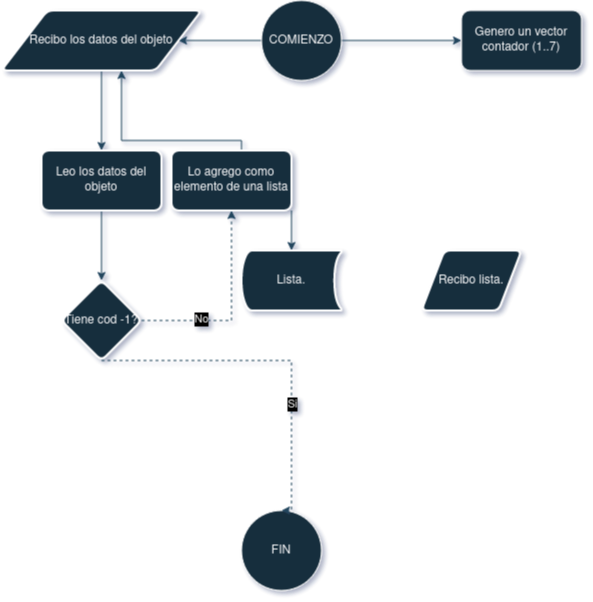
This is primero/CADP/diagrama.png from FrancoBanis/facultadInformatica-unlp, a draw.io export, as it was before one commit. Source tidied: cells renumbered, new cells last; positions are measured from the earlier drawing's top-left corner, leaving out a move shared by most shapes.
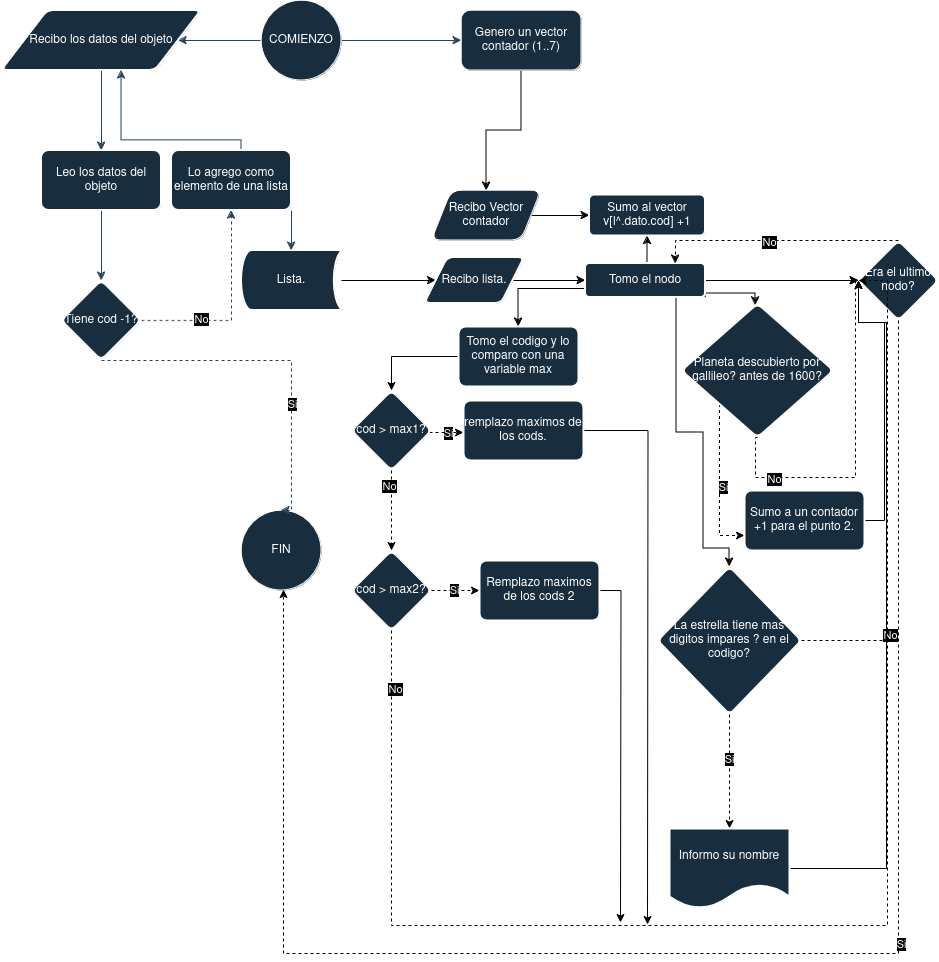
After the change.

What changed in the source:
```diff
@@ -1,4 +1,4 @@
-<mxGraphModel background="#FFFFFF" shadow="1">
+<mxGraphModel>
   <root>
     <mxCell id="0" />
     <mxCell id="1" parent="0" />
@@ -14,6 +14,9 @@
     <mxCell id="5" value="FIN" style="ellipse;whiteSpace=wrap;html=1;labelBackgroundColor=none;fillColor=#182E3E;strokeColor=#FFFFFF;fontColor=#FFFFFF;" parent="1" vertex="1">
       <mxGeometry x="240" y="510" width="80" height="80" as="geometry" />
     </mxCell>
+    <mxCell id="22" style="edgeStyle=orthogonalEdgeStyle;rounded=0;jettySize=auto;html=1;" parent="1" edge="1" source="6" target="28">
+      <mxGeometry relative="1" as="geometry" />
+    </mxCell>
     <mxCell id="6" value="Genero un vector contador (1..7)" style="rounded=1;whiteSpace=wrap;html=1;labelBackgroundColor=none;fillColor=#182E3E;strokeColor=#FFFFFF;fontColor=#FFFFFF;" parent="1" vertex="1">
       <mxGeometry x="460" y="10" width="120" height="60" as="geometry" />
     </mxCell>
@@ -43,36 +46,238 @@
     <mxCell id="13" style="edgeStyle=orthogonalEdgeStyle;rounded=0;jettySize=auto;html=1;strokeColor=#23445D;dashed=1;labelBackgroundColor=none;fontColor=default;" parent="1" edge="1" source="16" target="18">
       <mxGeometry relative="1" as="geometry" />
     </mxCell>
-    <mxCell id="14" style="edgeLabel;html=1;align=center;verticalAlign=middle;strokeColor=#FFFFFF;fontColor=#FFFFFF;fillColor=#182E3E;labelBackgroundColor=none;" parent="13" vertex="1">
-      <mxGeometry x="0.1" y="-2" relative="1" as="geometry" />
-    </mxCell>
+    <mxCell id="23" style="edgeLabel;html=1;align=center;verticalAlign=middle;strokeColor=#FFFFFF;fontColor=#FFFFFF;fillColor=#182E3E;labelBackgroundColor=none;" parent="13" vertex="1">
+      <mxGeometry x="0.1" y="-2" relative="1" as="geometry" />
+    </mxCell>
     <mxCell id="15" value="No" style="edgeLabel;html=1;align=center;verticalAlign=middle;strokeColor=#FFFFFF;fontColor=#FFFFFF;fillColor=#182E3E;labelBackgroundColor=#030303;" parent="13" vertex="1">
       <mxGeometry x="-0.41" y="2" relative="1" as="geometry" />
     </mxCell>
     <mxCell id="16" value="Tiene cod -1?" style="rhombus;whiteSpace=wrap;html=1;strokeWidth=2;rounded=1;arcSize=12;labelBackgroundColor=none;fillColor=#182E3E;strokeColor=#FFFFFF;fontColor=#FFFFFF;" parent="1" vertex="1">
       <mxGeometry x="60" y="280" width="80" height="80" as="geometry" />
     </mxCell>
-    <mxCell id="17" style="edgeStyle=orthogonalEdgeStyle;rounded=0;jettySize=auto;html=1;strokeColor=#23445D;labelBackgroundColor=none;fontColor=default;" parent="1" edge="1" source="18">
-      <mxGeometry relative="1" as="geometry">
-        <mxPoint x="120" y="70" as="targetPoint" />
-        <Array as="points">
-          <mxPoint x="240" y="140" />
-          <mxPoint x="120" y="140" />
-          <mxPoint x="120" y="70" />
-        </Array>
-      </mxGeometry>
-    </mxCell>
+    <mxCell id="24" style="edgeStyle=orthogonalEdgeStyle;rounded=0;jettySize=auto;html=1;strokeColor=#23445D;labelBackgroundColor=none;fontColor=default;" parent="1" edge="1" source="18">
+      <mxGeometry relative="1" as="geometry">
+        <mxPoint x="120" y="70" as="targetPoint" />
+        <Array as="points">
+          <mxPoint x="240" y="140" />
+          <mxPoint x="120" y="140" />
+          <mxPoint x="120" y="70" />
+        </Array>
+      </mxGeometry>
+    </mxCell>
     <mxCell id="18" value="Lo agrego como elemento de una lista" style="whiteSpace=wrap;html=1;fillColor=#182E3E;strokeColor=#FFFFFF;fontColor=#FFFFFF;strokeWidth=2;rounded=1;arcSize=12;labelBackgroundColor=none;" parent="1" vertex="1">
       <mxGeometry x="170" y="150" width="120" height="60" as="geometry" />
     </mxCell>
+    <mxCell id="25" style="edgeStyle=orthogonalEdgeStyle;rounded=0;jettySize=auto;html=1;" parent="1" edge="1" source="19" target="21">
+      <mxGeometry relative="1" as="geometry" />
+    </mxCell>
     <mxCell id="19" value="Lista." style="strokeWidth=2;html=1;shape=mxgraph.flowchart.stored_data;whiteSpace=wrap;strokeColor=#FFFFFF;fontColor=#FFFFFF;fillColor=#182E3E;" parent="1" vertex="1">
       <mxGeometry x="240" y="250" width="100" height="60" as="geometry" />
     </mxCell>
     <mxCell id="20" style="edgeStyle=orthogonalEdgeStyle;rounded=0;jettySize=auto;html=1;exitX=1;exitY=1;exitDx=0;exitDy=0;entryX=0.5;entryY=0;entryDx=0;entryDy=0;entryPerimeter=0;strokeColor=#23445D;" parent="1" edge="1" source="18" target="19">
       <mxGeometry relative="1" as="geometry" />
     </mxCell>
+    <mxCell id="26" style="edgeStyle=orthogonalEdgeStyle;rounded=0;jettySize=auto;html=1;" parent="1" edge="1" source="21" target="34">
+      <mxGeometry relative="1" as="geometry" />
+    </mxCell>
     <mxCell id="21" value="Recibo lista." style="shape=parallelogram;html=1;strokeWidth=2;perimeter=parallelogramPerimeter;whiteSpace=wrap;rounded=1;arcSize=12;size=0.23;strokeColor=#FFFFFF;fontColor=#FFFFFF;fillColor=#182E3E;" parent="1" vertex="1">
-      <mxGeometry x="420" y="250" width="100" height="60" as="geometry" />
+      <mxGeometry x="423" y="257" width="100" height="46" as="geometry" />
     </mxCell>
+    <mxCell id="27" style="edgeStyle=orthogonalEdgeStyle;rounded=0;jettySize=auto;html=1;exitX=1;exitY=0.5;exitDx=0;exitDy=0;entryX=0;entryY=0.5;entryDx=0;entryDy=0;" parent="1" edge="1" source="28" target="35">
+      <mxGeometry relative="1" as="geometry" />
+    </mxCell>
+    <mxCell id="28" value="Recibo Vector contador" style="shape=parallelogram;perimeter=parallelogramPerimeter;whiteSpace=wrap;html=1;fixedSize=1;fillColor=#182E3E;strokeColor=#FFFFFF;fontColor=#FFFFFF;rounded=1;labelBackgroundColor=none;" parent="1" vertex="1">
+      <mxGeometry x="430" y="190" width="110" height="50" as="geometry" />
+    </mxCell>
+    <mxCell id="29" style="edgeStyle=orthogonalEdgeStyle;rounded=0;jettySize=auto;html=1;exitX=0.5;exitY=0;exitDx=0;exitDy=0;entryX=0.5;entryY=1;entryDx=0;entryDy=0;" parent="1" edge="1" source="34" target="35">
+      <mxGeometry relative="1" as="geometry" />
+    </mxCell>
+    <mxCell id="30" style="edgeStyle=orthogonalEdgeStyle;rounded=0;jettySize=auto;html=1;" parent="1" edge="1" source="34" target="40">
+      <mxGeometry relative="1" as="geometry" />
+    </mxCell>
+    <mxCell id="31" style="edgeStyle=orthogonalEdgeStyle;rounded=0;jettySize=auto;html=1;exitX=0;exitY=0.75;exitDx=0;exitDy=0;" parent="1" edge="1" source="34" target="42">
+      <mxGeometry relative="1" as="geometry" />
+    </mxCell>
+    <mxCell id="32" style="edgeStyle=orthogonalEdgeStyle;rounded=0;jettySize=auto;html=1;exitX=1;exitY=1;exitDx=0;exitDy=0;" parent="1" edge="1" source="34" target="61">
+      <mxGeometry relative="1" as="geometry">
+        <Array as="points">
+          <mxPoint x="704" y="293" />
+          <mxPoint x="754" y="293" />
+        </Array>
+      </mxGeometry>
+    </mxCell>
+    <mxCell id="33" style="edgeStyle=orthogonalEdgeStyle;rounded=0;jettySize=auto;html=1;exitX=0.5;exitY=1;exitDx=0;exitDy=0;entryX=0.5;entryY=0;entryDx=0;entryDy=0;" parent="1" edge="1" source="34" target="68">
+      <mxGeometry relative="1" as="geometry">
+        <Array as="points">
+          <mxPoint x="675" y="297" />
+          <mxPoint x="675" y="432" />
+          <mxPoint x="702" y="432" />
+          <mxPoint x="702" y="548" />
+          <mxPoint x="728" y="548" />
+        </Array>
+      </mxGeometry>
+    </mxCell>
+    <mxCell id="34" value="Tomo el nodo" style="whiteSpace=wrap;html=1;fillColor=#182E3E;strokeColor=#FFFFFF;fontColor=#FFFFFF;strokeWidth=2;rounded=1;arcSize=12;" parent="1" vertex="1">
+      <mxGeometry x="584" y="263" width="120" height="34" as="geometry" />
+    </mxCell>
+    <mxCell id="35" value="&lt;div&gt;Sumo al vector v[l^.dato.cod] +1&lt;br&gt;&lt;/div&gt;" style="whiteSpace=wrap;html=1;fillColor=#182E3E;strokeColor=#FFFFFF;fontColor=#FFFFFF;strokeWidth=2;rounded=1;arcSize=12;fillStyle=auto;" parent="1" vertex="1">
+      <mxGeometry x="588" y="194.5" width="116" height="41" as="geometry" />
+    </mxCell>
+    <mxCell id="36" style="edgeStyle=orthogonalEdgeStyle;rounded=0;jettySize=auto;html=1;exitX=0.5;exitY=0;exitDx=0;exitDy=0;entryX=0.75;entryY=0;entryDx=0;entryDy=0;dashed=1;" parent="1" edge="1" source="40" target="34">
+      <mxGeometry relative="1" as="geometry">
+        <Array as="points">
+          <mxPoint x="674" y="240" />
+        </Array>
+      </mxGeometry>
+    </mxCell>
+    <mxCell id="37" value="No" style="edgeLabel;html=1;align=center;verticalAlign=middle;fontColor=#FFFFFF;labelBackgroundColor=#030303;" parent="36" vertex="1">
+      <mxGeometry x="0.06" y="1" relative="1" as="geometry" />
+    </mxCell>
+    <mxCell id="38" style="edgeStyle=orthogonalEdgeStyle;rounded=0;jettySize=auto;html=1;exitX=0.5;exitY=1;exitDx=0;exitDy=0;entryX=0.525;entryY=0.988;entryDx=0;entryDy=0;entryPerimeter=0;dashed=1;" parent="1" edge="1" source="40" target="5">
+      <mxGeometry relative="1" as="geometry">
+        <Array as="points">
+          <mxPoint x="897" y="953" />
+          <mxPoint x="282" y="953" />
+        </Array>
+      </mxGeometry>
+    </mxCell>
+    <mxCell id="39" value="Si" style="edgeLabel;html=1;align=center;verticalAlign=middle;fontColor=#FFFFFF;labelBackgroundColor=#030303;" parent="38" vertex="1">
+      <mxGeometry x="-0.23" y="2" relative="1" as="geometry" />
+    </mxCell>
+    <mxCell id="40" value="Era el ultimo nodo?" style="rhombus;whiteSpace=wrap;html=1;fillColor=#182E3E;strokeColor=#FFFFFF;fontColor=#FFFFFF;strokeWidth=2;rounded=1;arcSize=12;" parent="1" vertex="1">
+      <mxGeometry x="857" y="240" width="80" height="80" as="geometry" />
+    </mxCell>
+    <mxCell id="41" style="edgeStyle=orthogonalEdgeStyle;rounded=0;jettySize=auto;html=1;" parent="1" edge="1" source="42" target="47">
+      <mxGeometry relative="1" as="geometry" />
+    </mxCell>
+    <mxCell id="42" value="Tomo el codigo y lo comparo con una variable max" style="whiteSpace=wrap;html=1;fillColor=#182E3E;strokeColor=#FFFFFF;fontColor=#FFFFFF;strokeWidth=2;rounded=1;arcSize=12;" parent="1" vertex="1">
+      <mxGeometry x="457" y="326" width="120" height="60" as="geometry" />
+    </mxCell>
+    <mxCell id="43" style="edgeStyle=orthogonalEdgeStyle;rounded=0;jettySize=auto;html=1;dashed=1;" parent="1" edge="1" source="47" target="52">
+      <mxGeometry relative="1" as="geometry" />
+    </mxCell>
+    <mxCell id="44" value="No" style="edgeLabel;html=1;align=center;verticalAlign=middle;fontColor=#FAFAFA;labelBackgroundColor=#030303;" parent="43" vertex="1">
+      <mxGeometry x="-0.62" y="-3" relative="1" as="geometry" />
+    </mxCell>
+    <mxCell id="45" style="edgeStyle=orthogonalEdgeStyle;rounded=0;jettySize=auto;html=1;dashed=1;" parent="1" edge="1" source="47" target="54">
+      <mxGeometry relative="1" as="geometry">
+        <Array as="points">
+          <mxPoint x="445" y="432" />
+          <mxPoint x="445" y="432" />
+        </Array>
+      </mxGeometry>
+    </mxCell>
+    <mxCell id="46" value="Si" style="edgeLabel;align=center;verticalAlign=middle;fontColor=#FAFAFA;labelBackgroundColor=#030303;html=1;" parent="45" vertex="1">
+      <mxGeometry x="0.06" relative="1" as="geometry" />
+    </mxCell>
+    <mxCell id="47" value="cod &amp;gt; max1?" style="rhombus;whiteSpace=wrap;html=1;fillColor=#182E3E;strokeColor=#FFFFFF;fontColor=#FFFFFF;strokeWidth=2;rounded=1;arcSize=12;" parent="1" vertex="1">
+      <mxGeometry x="350" y="390" width="80" height="80" as="geometry" />
+    </mxCell>
+    <mxCell id="48" style="edgeStyle=orthogonalEdgeStyle;rounded=0;jettySize=auto;html=1;dashed=1;" parent="1" edge="1" source="52" target="56">
+      <mxGeometry relative="1" as="geometry" />
+    </mxCell>
+    <mxCell id="49" value="Si" style="edgeLabel;html=1;align=center;verticalAlign=middle;fontColor=#FFFFFF;labelBackgroundColor=#030303;" parent="48" vertex="1">
+      <mxGeometry x="-0.08" y="1" relative="1" as="geometry" />
+    </mxCell>
+    <mxCell id="50" style="edgeStyle=orthogonalEdgeStyle;rounded=0;jettySize=auto;html=1;exitX=0.5;exitY=1;exitDx=0;exitDy=0;entryX=0;entryY=0.5;entryDx=0;entryDy=0;dashed=1;" parent="1" edge="1" source="52" target="40">
+      <mxGeometry relative="1" as="geometry">
+        <Array as="points">
+          <mxPoint x="390" y="925" />
+          <mxPoint x="886" y="925" />
+          <mxPoint x="886" y="280" />
+        </Array>
+      </mxGeometry>
+    </mxCell>
+    <mxCell id="51" value="No" style="edgeLabel;html=1;align=center;verticalAlign=middle;fontColor=#FFFFFF;labelBackgroundColor=#030303;" parent="50" vertex="1">
+      <mxGeometry x="-0.92" y="3" relative="1" as="geometry" />
+    </mxCell>
+    <mxCell id="52" value="cod &amp;gt; max2?" style="rhombus;whiteSpace=wrap;html=1;fillColor=#182E3E;strokeColor=#FFFFFF;fontColor=#FFFFFF;strokeWidth=2;rounded=1;arcSize=12;" parent="1" vertex="1">
+      <mxGeometry x="350" y="550" width="80" height="80" as="geometry" />
+    </mxCell>
+    <mxCell id="53" style="edgeStyle=orthogonalEdgeStyle;rounded=0;jettySize=auto;html=1;exitX=1;exitY=0.5;exitDx=0;exitDy=0;" parent="1" edge="1" source="54">
+      <mxGeometry relative="1" as="geometry">
+        <mxPoint x="646" y="924" as="targetPoint" />
+      </mxGeometry>
+    </mxCell>
+    <mxCell id="54" value="remplazo maximos de los cods." style="whiteSpace=wrap;html=1;fillColor=#182E3E;strokeColor=#FFFFFF;fontColor=#FFFFFF;strokeWidth=2;rounded=1;arcSize=12;" parent="1" vertex="1">
+      <mxGeometry x="462" y="400" width="120" height="60" as="geometry" />
+    </mxCell>
+    <mxCell id="55" style="edgeStyle=orthogonalEdgeStyle;rounded=0;jettySize=auto;html=1;exitX=1;exitY=0.5;exitDx=0;exitDy=0;" parent="1" edge="1" source="56">
+      <mxGeometry relative="1" as="geometry">
+        <mxPoint x="619" y="922" as="targetPoint" />
+      </mxGeometry>
+    </mxCell>
+    <mxCell id="56" value="Remplazo maximos de los cods 2" style="whiteSpace=wrap;html=1;fillColor=#182E3E;strokeColor=#FFFFFF;fontColor=#FFFFFF;strokeWidth=2;rounded=1;arcSize=12;" parent="1" vertex="1">
+      <mxGeometry x="478" y="560" width="120" height="60" as="geometry" />
+    </mxCell>
+    <mxCell id="57" style="edgeStyle=orthogonalEdgeStyle;rounded=0;jettySize=auto;html=1;exitX=0;exitY=1;exitDx=0;exitDy=0;entryX=0;entryY=0.75;entryDx=0;entryDy=0;dashed=1;" parent="1" edge="1" source="61" target="63">
+      <mxGeometry relative="1" as="geometry" />
+    </mxCell>
+    <mxCell id="58" value="Si" style="edgeLabel;html=1;align=center;verticalAlign=middle;fontColor=#FFFFFF;labelBorderColor=none;labelBackgroundColor=#030303;" parent="57" vertex="1">
+      <mxGeometry x="0.05" y="3" relative="1" as="geometry">
+        <mxPoint y="1" as="offset" />
+      </mxGeometry>
+    </mxCell>
+    <mxCell id="59" style="edgeStyle=orthogonalEdgeStyle;rounded=0;jettySize=auto;html=1;exitX=0.5;exitY=1;exitDx=0;exitDy=0;entryX=0;entryY=0.5;entryDx=0;entryDy=0;dashed=1;" parent="1" edge="1" source="61" target="40">
+      <mxGeometry relative="1" as="geometry">
+        <Array as="points">
+          <mxPoint x="754" y="437" />
+          <mxPoint x="754" y="477" />
+          <mxPoint x="854" y="477" />
+          <mxPoint x="854" y="280" />
+        </Array>
+      </mxGeometry>
+    </mxCell>
+    <mxCell id="60" value="No" style="edgeLabel;html=1;align=center;verticalAlign=middle;fontColor=#FFFFFF;labelBackgroundColor=#030303;" parent="59" vertex="1">
+      <mxGeometry x="-0.65" y="-1" relative="1" as="geometry" />
+    </mxCell>
+    <mxCell id="61" value="Planeta descubierto por gallileo? antes de 1600?" style="rhombus;whiteSpace=wrap;html=1;fillColor=#182E3E;strokeColor=#FFFFFF;fontColor=#FFFFFF;strokeWidth=2;rounded=1;arcSize=12;" parent="1" vertex="1">
+      <mxGeometry x="680" y="303" width="152" height="134" as="geometry" />
+    </mxCell>
+    <mxCell id="62" style="edgeStyle=orthogonalEdgeStyle;rounded=0;jettySize=auto;html=1;exitX=1;exitY=0.5;exitDx=0;exitDy=0;entryX=0;entryY=0.5;entryDx=0;entryDy=0;" parent="1" edge="1" source="63" target="40">
+      <mxGeometry relative="1" as="geometry">
+        <Array as="points">
+          <mxPoint x="883" y="520" />
+          <mxPoint x="883" y="322" />
+          <mxPoint x="857" y="322" />
+        </Array>
+      </mxGeometry>
+    </mxCell>
+    <mxCell id="63" value="Sumo a un contador +1 para el punto 2." style="whiteSpace=wrap;html=1;fillColor=#182E3E;strokeColor=#FFFFFF;fontColor=#FFFFFF;strokeWidth=2;rounded=1;arcSize=12;" parent="1" vertex="1">
+      <mxGeometry x="743" y="490" width="120" height="60" as="geometry" />
+    </mxCell>
+    <mxCell id="64" style="edgeStyle=orthogonalEdgeStyle;rounded=0;jettySize=auto;html=1;dashed=1;" parent="1" edge="1" source="68" target="70">
+      <mxGeometry relative="1" as="geometry" />
+    </mxCell>
+    <mxCell id="65" value="Si" style="edgeLabel;html=1;align=center;verticalAlign=middle;fontColor=#FFFFFF;labelBackgroundColor=#030303;" parent="64" vertex="1">
+      <mxGeometry x="-0.23" y="-1" relative="1" as="geometry" />
+    </mxCell>
+    <mxCell id="66" style="edgeStyle=orthogonalEdgeStyle;rounded=0;jettySize=auto;html=1;exitX=1;exitY=0.5;exitDx=0;exitDy=0;dashed=1;entryX=0;entryY=0.5;entryDx=0;entryDy=0;" parent="1" edge="1" source="68" target="40">
+      <mxGeometry relative="1" as="geometry">
+        <Array as="points">
+          <mxPoint x="885" y="640" />
+          <mxPoint x="885" y="322" />
+          <mxPoint x="857" y="322" />
+        </Array>
+      </mxGeometry>
+    </mxCell>
+    <mxCell id="67" value="No" style="edgeLabel;html=1;align=center;verticalAlign=middle;fontColor=#FFFFFF;labelBackgroundColor=#030303;" parent="66" vertex="1">
+      <mxGeometry x="-0.62" y="-3" relative="1" as="geometry" />
+    </mxCell>
+    <mxCell id="68" value="La estrella tiene mas digitos impares ? en el codigo?" style="rhombus;whiteSpace=wrap;html=1;fillColor=#182E3E;strokeColor=#FFFFFF;fontColor=#FFFFFF;strokeWidth=2;rounded=1;arcSize=12;" parent="1" vertex="1">
+      <mxGeometry x="656" y="566" width="144" height="148" as="geometry" />
+    </mxCell>
+    <mxCell id="69" style="edgeStyle=orthogonalEdgeStyle;rounded=0;jettySize=auto;html=1;entryX=0;entryY=0.5;entryDx=0;entryDy=0;" parent="1" edge="1" source="70" target="40">
+      <mxGeometry relative="1" as="geometry">
+        <Array as="points">
+          <mxPoint x="885" y="868" />
+          <mxPoint x="885" y="322" />
+          <mxPoint x="857" y="322" />
+        </Array>
+      </mxGeometry>
+    </mxCell>
+    <mxCell id="70" value="Informo su nombre" style="shape=document;whiteSpace=wrap;html=1;boundedLbl=1;fillColor=#182E3E;strokeColor=#FFFFFF;fontColor=#FFFFFF;strokeWidth=2;rounded=1;arcSize=12;" parent="1" vertex="1">
+      <mxGeometry x="668" y="828" width="120" height="80" as="geometry" />
+    </mxCell>
   </root>
 </mxGraphModel>
```
